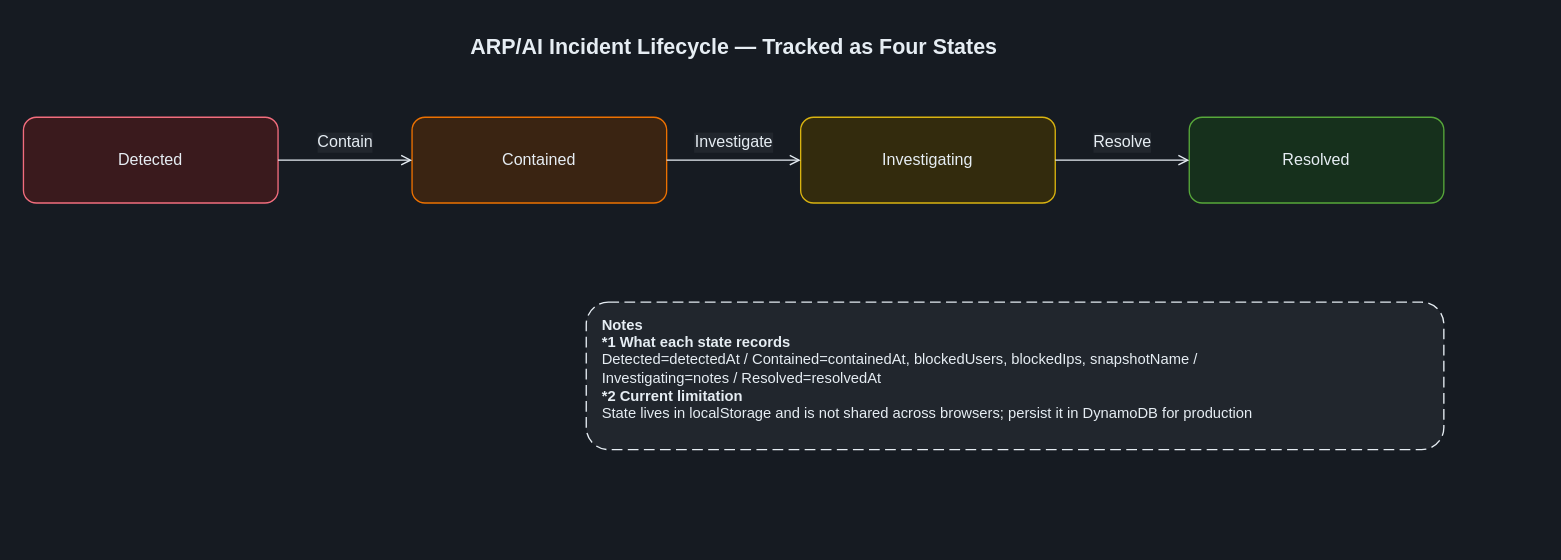
Before: docs/diagrams/dark/part2-arp-incident-lifecycle-en.drawio in Yoshiki0705/FSx-for-ONTAP-S3AccessPoints-Serverless-Patterns, a draw.io diagram. Source tidied: cells renumbered, new cells numbered last; positions are measured from the earlier drawing's top-left corner, leaving out a move shared by most shapes. Both pictures are drawn from the tidied source at 134%, with x=0, y=0 at pixel (23, 23).
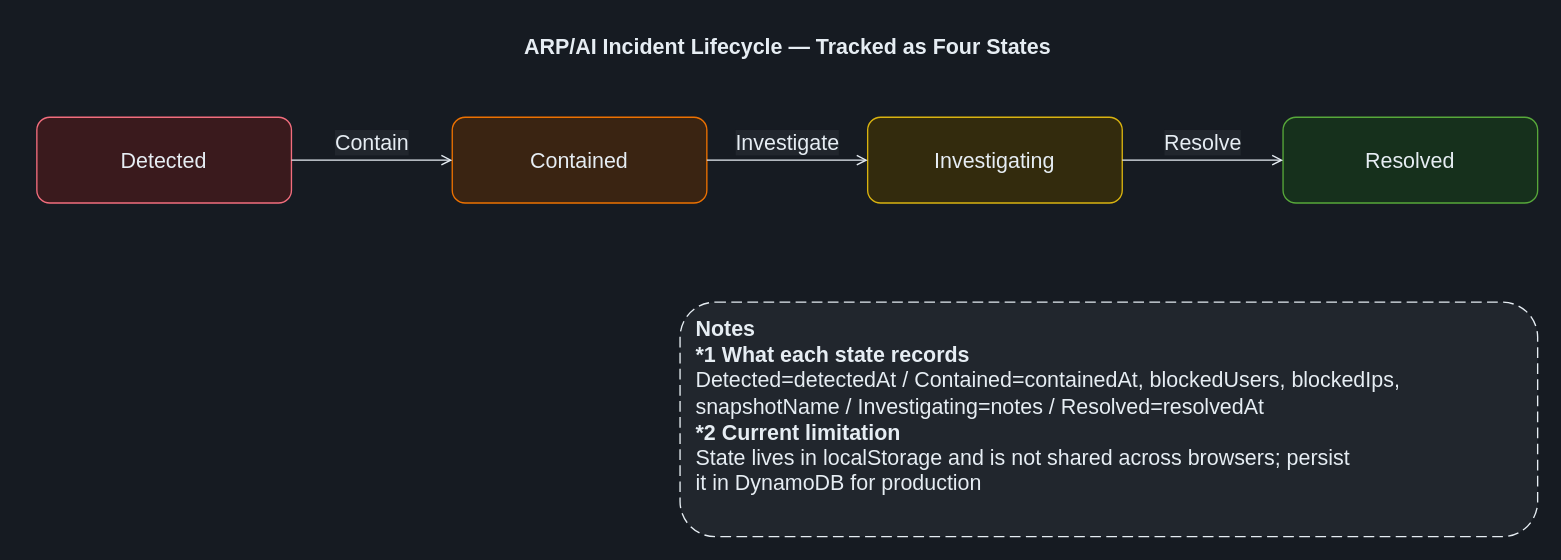
The same page after the edit.

The edit, as a diff of the source:
```diff
@@
 <mxGraphModel background="#161B22">
   <root>
     <mxCell id="0" />
     <mxCell id="1" parent="0" />
     <mxCell id="2" value="ARP/AI Incident Lifecycle — Tracked as Four States" style="text;html=1;align=center;verticalAlign=middle;fontSize=16;fontStyle=1;fontColor=#E6EDF3;" parent="1" vertex="1">
-      <mxGeometry width="1060" height="34" as="geometry" />
+      <mxGeometry x="10" width="1120" height="34" as="geometry" />
     </mxCell>
-    <mxCell id="3" value="Detected" style="rounded=1;whiteSpace=wrap;html=1;dashed=0;strokeColor=#F26D7D;fillColor=#3A1A1D;align=center;verticalAlign=middle;fontSize=12;fontColor=#E6EDF3;" parent="1" vertex="1">
-      <mxGeometry y="70" width="190" height="64" as="geometry" />
+    <mxCell id="3" value="Detected" style="rounded=1;whiteSpace=wrap;html=1;dashed=0;strokeColor=#F26D7D;fillColor=#3A1A1D;align=center;verticalAlign=middle;fontSize=16;fontColor=#E6EDF3;" parent="1" vertex="1">
+      <mxGeometry x="10" y="70" width="190" height="64" as="geometry" />
     </mxCell>
-    <mxCell id="4" value="Contained" style="rounded=1;whiteSpace=wrap;html=1;dashed=0;strokeColor=#ED7100;fillColor=#3A2412;align=center;verticalAlign=middle;fontSize=12;fontColor=#E6EDF3;" parent="1" vertex="1">
-      <mxGeometry x="290" y="70" width="190" height="64" as="geometry" />
+    <mxCell id="4" value="Contained" style="rounded=1;whiteSpace=wrap;html=1;dashed=0;strokeColor=#ED7100;fillColor=#3A2412;align=center;verticalAlign=middle;fontSize=16;fontColor=#E6EDF3;" parent="1" vertex="1">
+      <mxGeometry x="320" y="70" width="190" height="64" as="geometry" />
     </mxCell>
-    <mxCell id="5" value="Investigating" style="rounded=1;whiteSpace=wrap;html=1;dashed=0;strokeColor=#D9B310;fillColor=#332B0D;align=center;verticalAlign=middle;fontSize=12;fontColor=#E6EDF3;" parent="1" vertex="1">
-      <mxGeometry x="580" y="70" width="190" height="64" as="geometry" />
+    <mxCell id="5" value="Investigating" style="rounded=1;whiteSpace=wrap;html=1;dashed=0;strokeColor=#D9B310;fillColor=#332B0D;align=center;verticalAlign=middle;fontSize=16;fontColor=#E6EDF3;" parent="1" vertex="1">
+      <mxGeometry x="630" y="70" width="190" height="64" as="geometry" />
     </mxCell>
-    <mxCell id="6" value="Resolved" style="rounded=1;whiteSpace=wrap;html=1;dashed=0;strokeColor=#57A83A;fillColor=#16301C;align=center;verticalAlign=middle;fontSize=12;fontColor=#E6EDF3;" parent="1" vertex="1">
-      <mxGeometry x="870" y="70" width="190" height="64" as="geometry" />
+    <mxCell id="6" value="Resolved" style="rounded=1;whiteSpace=wrap;html=1;dashed=0;strokeColor=#57A83A;fillColor=#16301C;align=center;verticalAlign=middle;fontSize=16;fontColor=#E6EDF3;" parent="1" vertex="1">
+      <mxGeometry x="940" y="70" width="190" height="64" as="geometry" />
     </mxCell>
-    <mxCell id="7" value="Contain" style="edgeStyle=orthogonalEdgeStyle;rounded=0;jettySize=auto;html=1;endArrow=open;endFill=0;strokeColor=#E6EDF3;strokeWidth=1;fontSize=12;fontColor=#E6EDF3;labelBackgroundColor=#21262D;" parent="1" edge="1" source="3" target="4">
+    <mxCell id="7" value="Contain" style="edgeStyle=orthogonalEdgeStyle;rounded=0;jettySize=auto;html=1;endArrow=open;endFill=0;strokeColor=#E6EDF3;strokeWidth=1;fontSize=16;fontColor=#E6EDF3;labelBackgroundColor=#21262D;" parent="1" edge="1" source="3" target="4">
       <mxGeometry relative="1" as="geometry">
         <mxPoint y="-13" as="offset" />
       </mxGeometry>
     </mxCell>
-    <mxCell id="8" value="Investigate" style="edgeStyle=orthogonalEdgeStyle;rounded=0;jettySize=auto;html=1;endArrow=open;endFill=0;strokeColor=#E6EDF3;strokeWidth=1;fontSize=12;fontColor=#E6EDF3;labelBackgroundColor=#21262D;" parent="1" edge="1" source="4" target="5">
+    <mxCell id="8" value="Investigate" style="edgeStyle=orthogonalEdgeStyle;rounded=0;jettySize=auto;html=1;endArrow=open;endFill=0;strokeColor=#E6EDF3;strokeWidth=1;fontSize=16;fontColor=#E6EDF3;labelBackgroundColor=#21262D;" parent="1" edge="1" source="4" target="5">
       <mxGeometry relative="1" as="geometry">
         <mxPoint y="-13" as="offset" />
       </mxGeometry>
     </mxCell>
-    <mxCell id="9" value="Resolve" style="edgeStyle=orthogonalEdgeStyle;rounded=0;jettySize=auto;html=1;endArrow=open;endFill=0;strokeColor=#E6EDF3;strokeWidth=1;fontSize=12;fontColor=#E6EDF3;labelBackgroundColor=#21262D;" parent="1" edge="1" source="5" target="6">
+    <mxCell id="9" value="Resolve" style="edgeStyle=orthogonalEdgeStyle;rounded=0;jettySize=auto;html=1;endArrow=open;endFill=0;strokeColor=#E6EDF3;strokeWidth=1;fontSize=16;fontColor=#E6EDF3;labelBackgroundColor=#21262D;" parent="1" edge="1" source="5" target="6">
       <mxGeometry relative="1" as="geometry">
         <mxPoint y="-13" as="offset" />
       </mxGeometry>
     </mxCell>
-    <mxCell id="10" value="&lt;b&gt;Notes&lt;/b&gt;&lt;br&gt;&lt;b&gt;*1 What each state records&lt;/b&gt;&lt;br&gt;Detected=detectedAt / Contained=containedAt, blockedUsers, blockedIps, snapshotName /&lt;br&gt;Investigating=notes / Resolved=resolvedAt&lt;br&gt;&lt;b&gt;*2 Current limitation&lt;/b&gt;&lt;br&gt;State lives in localStorage and is not shared across browsers; persist it in DynamoDB for production" style="rounded=1;whiteSpace=wrap;html=1;dashed=1;dashPattern=8 4;strokeColor=#E6EDF3;fillColor=#21262D;align=left;verticalAlign=top;spacingLeft=10;spacingTop=4;fontSize=11;fontColor=#E6EDF3;" parent="1" vertex="1">
-      <mxGeometry x="420" y="208" width="640" height="110" as="geometry" />
+    <mxCell id="10" value="&lt;b&gt;Notes&lt;/b&gt;&lt;br&gt;&lt;b&gt;*1 What each state records&lt;/b&gt;&lt;br&gt;Detected=detectedAt / Contained=containedAt, blockedUsers, blockedIps,&lt;br&gt;snapshotName / Investigating=notes / Resolved=resolvedAt&lt;br&gt;&lt;b&gt;*2 Current limitation&lt;/b&gt;&lt;br&gt;State lives in localStorage and is not shared across browsers; persist&lt;br&gt;it in DynamoDB for production" style="rounded=1;whiteSpace=wrap;html=1;dashed=1;dashPattern=8 4;strokeColor=#E6EDF3;fillColor=#21262D;align=left;verticalAlign=top;spacingLeft=10;spacingTop=4;fontSize=16;fontColor=#E6EDF3;" parent="1" vertex="1">
+      <mxGeometry x="490" y="208" width="640" height="175" as="geometry" />
     </mxCell>
   </root>
 </mxGraphModel>
```
